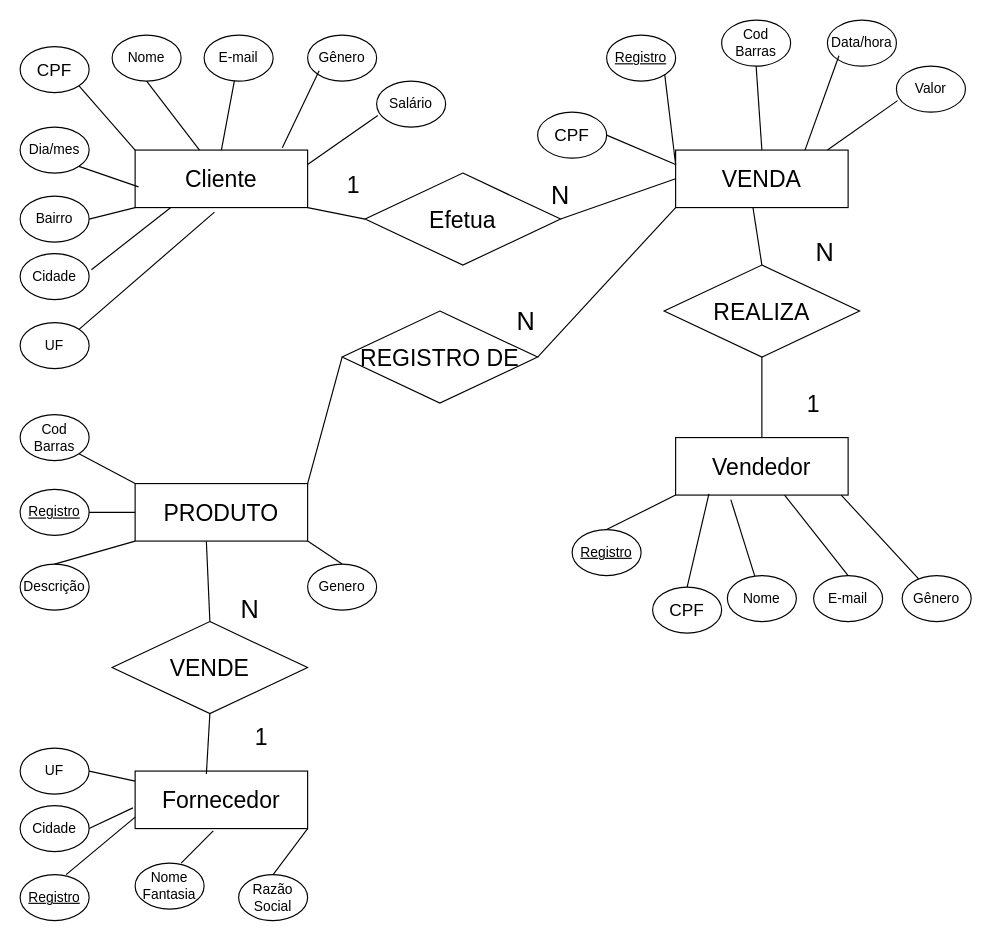
Earlier version of the draw.io diagram Diagrama sem nome.drawio (LorenzoGG/aulateste). Source tidied: cells renumbered, new cells numbered last; positions are measured from the earlier drawing's top-left corner, leaving out a move shared by most shapes. Both pictures are drawn from the tidied source at 115%, with x=0, y=0 at pixel (20, 20).
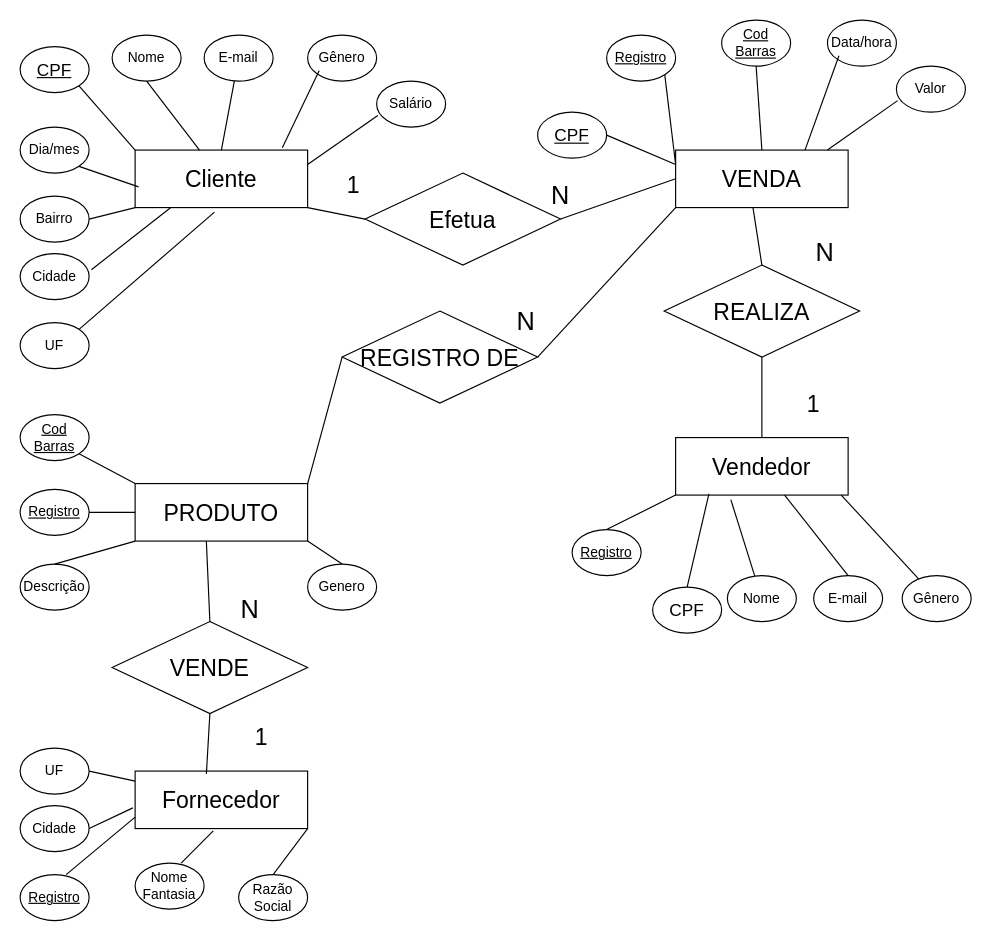
After the change.

What changed in the source:
```diff
@@
-    <mxCell id="26" value="Cod Barras" style="ellipse;whiteSpace=wrap;html=1;" parent="1" vertex="1">
+    <mxCell id="26" value="&lt;u&gt;Cod Barras&lt;/u&gt;" style="ellipse;whiteSpace=wrap;html=1;" parent="1" vertex="1">
       <mxGeometry y="343" width="60" height="40" as="geometry" />
     </mxCell>
@@
-    <mxCell id="32" value="Cod Barras" style="ellipse;whiteSpace=wrap;html=1;" parent="1" vertex="1">
+    <mxCell id="32" value="&lt;u&gt;Cod Barras&lt;/u&gt;" style="ellipse;whiteSpace=wrap;html=1;" parent="1" vertex="1">
       <mxGeometry x="610" width="60" height="40" as="geometry" />
     </mxCell>
@@
-    <mxCell id="58" value="&lt;font style=&quot;font-size: 15px;&quot;&gt;CPF&lt;/font&gt;" style="ellipse;whiteSpace=wrap;html=1;" parent="1" vertex="1">
+    <mxCell id="58" value="&lt;u&gt;&lt;font style=&quot;font-size: 15px;&quot;&gt;CPF&lt;/font&gt;&lt;/u&gt;" style="ellipse;whiteSpace=wrap;html=1;" parent="1" vertex="1">
       <mxGeometry y="23" width="60" height="40" as="geometry" />
     </mxCell>
-    <mxCell id="59" value="&lt;font style=&quot;font-size: 15px;&quot;&gt;CPF&lt;/font&gt;" style="ellipse;whiteSpace=wrap;html=1;" parent="1" vertex="1">
+    <mxCell id="59" value="&lt;u&gt;&lt;font style=&quot;font-size: 15px;&quot;&gt;CPF&lt;/font&gt;&lt;/u&gt;" style="ellipse;whiteSpace=wrap;html=1;" parent="1" vertex="1">
       <mxGeometry x="450" y="80" width="60" height="40" as="geometry" />
     </mxCell>
```
